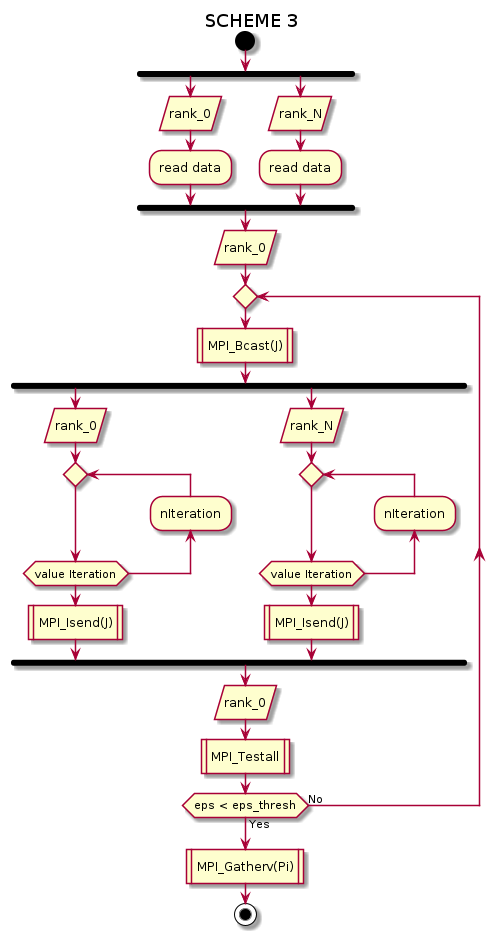
Earlier version of the PlantUML export out/src/scheme3/scheme3.png (hashkode/hpcfmi-mpivi).
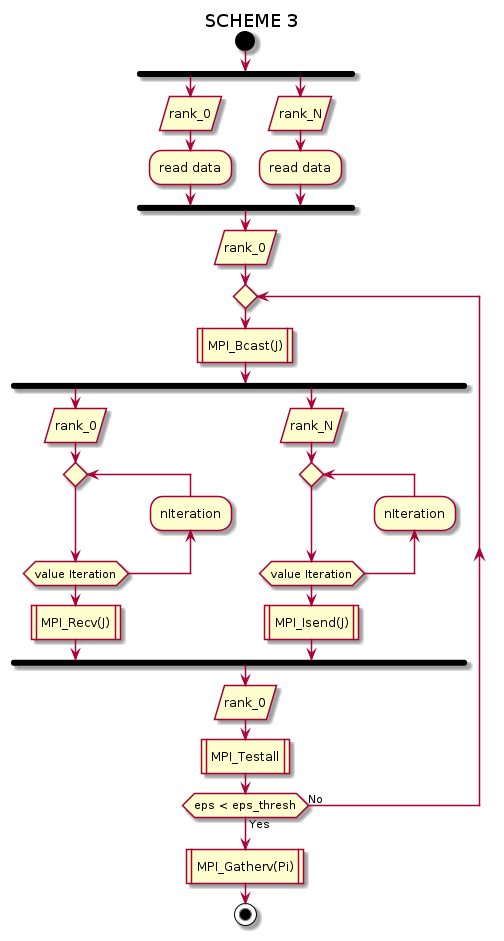
After the change.

Commit message:
Added Scheme 4. Igatherv. also minor changes on scheme 3.

Diff of the diagram source:
```diff
@@ -16,7 +16,7 @@
 repeat
     backward:nIteration;
     repeat while (value Iteration)
-    :MPI_Isend(J)|
+    :MPI_Recv(J)|
 fork again
     :rank_N/
 repeat
```
